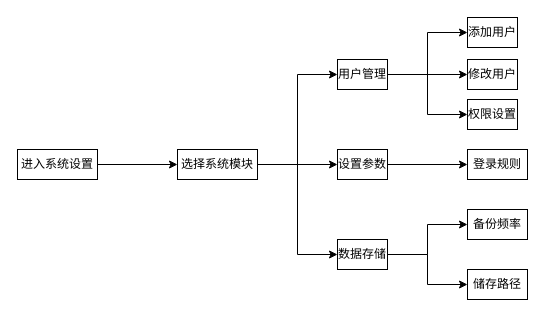
Earlier version of the draw.io diagram taks7.7.drawio (ouyangxiong-bit/deer-flow). Source tidied: cells renumbered, new cells numbered last; positions are measured from the earlier drawing's top-left corner, leaving out a move shared by most shapes. Both pictures are drawn from the tidied source at 100%, with x=0, y=0 at pixel (17, 17).
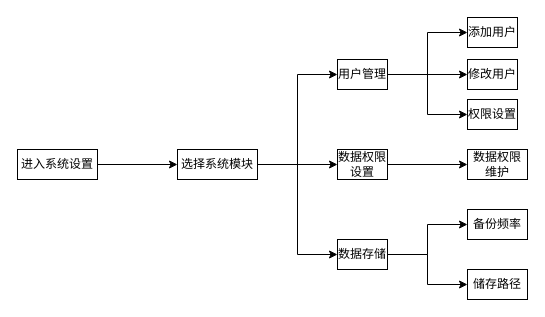
Above is the later version.

The edit, as a diff of the source:
```diff
@@
-    <mxCell id="9" value="设置参数" style="rounded=0;whiteSpace=wrap;html=1;strokeWidth=1;" parent="1" vertex="1">
+    <mxCell id="9" value="数据权限设置" style="rounded=0;whiteSpace=wrap;html=1;strokeWidth=1;" parent="1" vertex="1">
       <mxGeometry x="320" y="132" width="50" height="30" as="geometry" />
     </mxCell>
-    <mxCell id="10" value="登录规则" style="rounded=0;whiteSpace=wrap;html=1;strokeWidth=1;" parent="1" vertex="1">
+    <mxCell id="10" value="数据权限维护" style="rounded=0;whiteSpace=wrap;html=1;strokeWidth=1;" parent="1" vertex="1">
       <mxGeometry x="450" y="132" width="60" height="30" as="geometry" />
     </mxCell>
```
